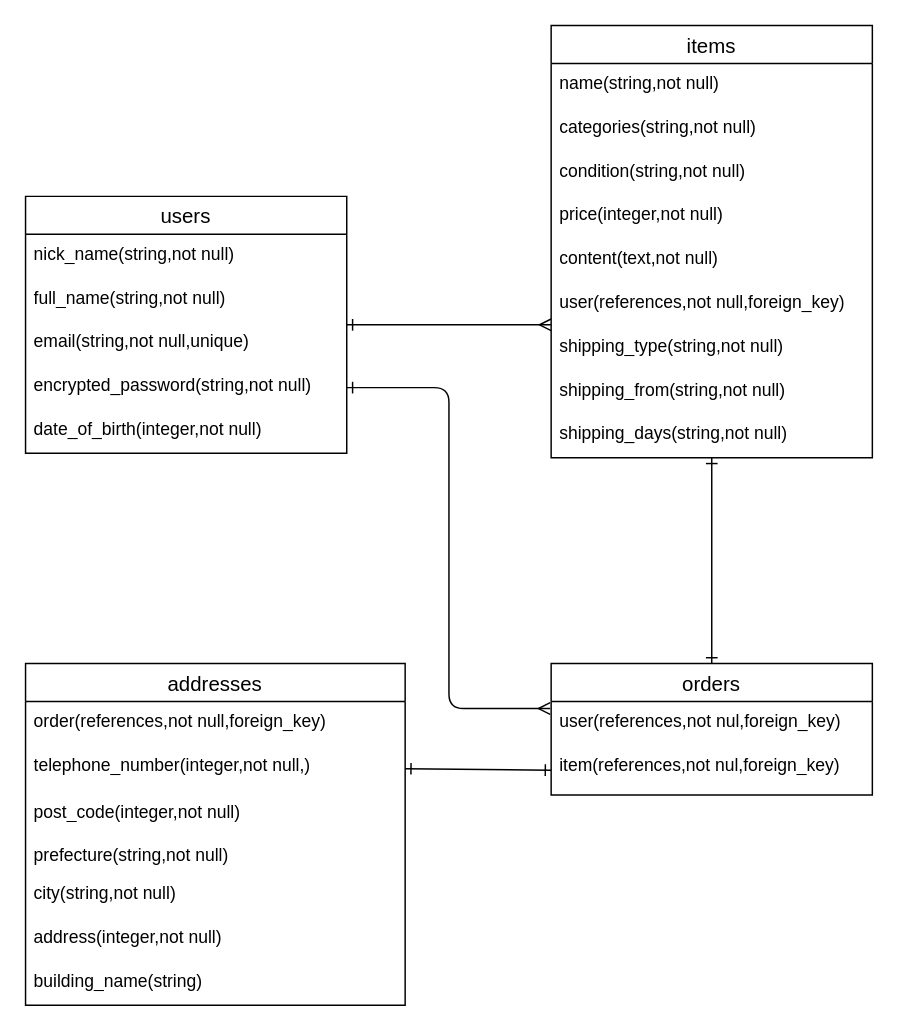
kamukamu-lemon/furima-42235 keeps this draw.io diagram as er.dio. Above is the earlier version. Source tidied: cells renumbered, new cells numbered last; positions are measured from the earlier drawing's top-left corner, leaving out a move shared by most shapes. Both pictures are drawn from the tidied source at 146%, with x=0, y=0 at pixel (25, 25).
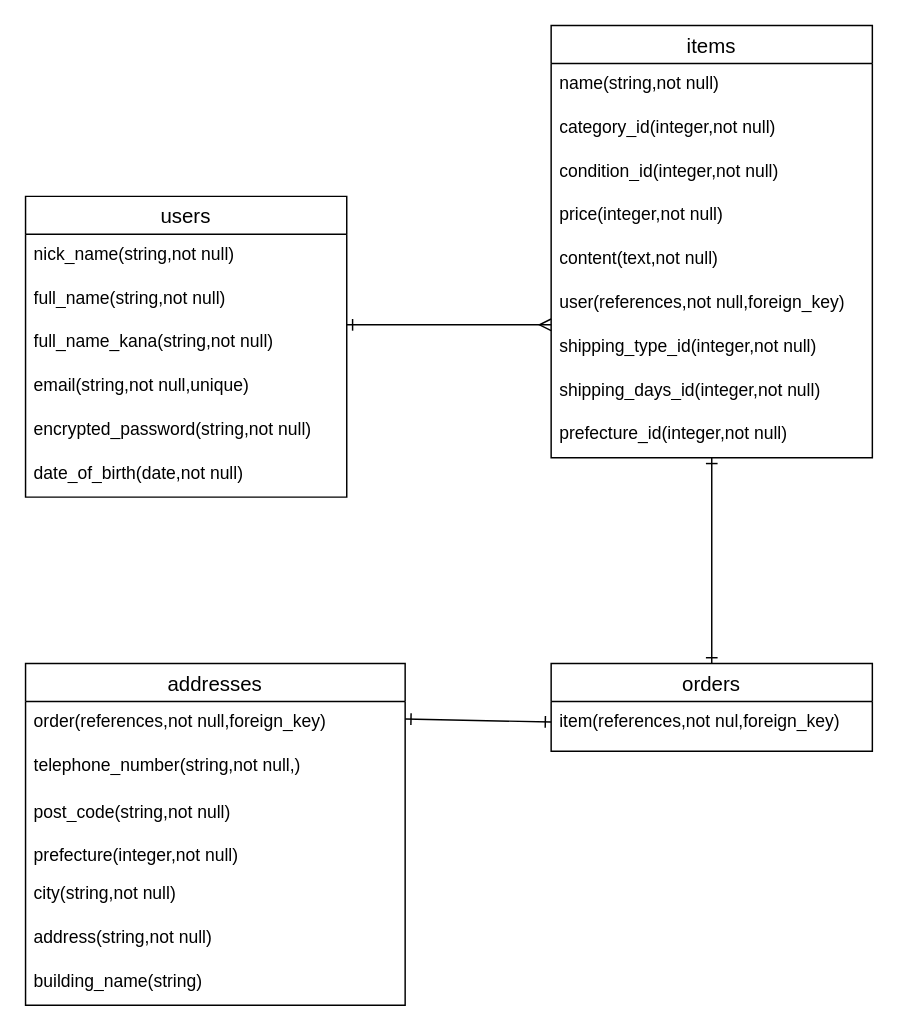
The same diagram, later.

Commit message (it also covers changes not shown here):
データベース設計の修正

Unchanged cells that the change refers to:
```xml
<mxCell id="8" value="addresses" style="swimlane;fontStyle=0;horizontal=1;startSize=26;align=center;fontSize=14;" parent="1" vertex="1">
  <mxGeometry y="437" width="260" height="234" as="geometry" />
</mxCell>
<mxCell id="16" value="items" style="swimlane;fontStyle=0;horizontal=1;startSize=26;align=center;fontSize=14;" parent="1" vertex="1">
  <mxGeometry x="360" width="220" height="296" as="geometry" />
</mxCell>
```

The edit, as a diff of the source:
```diff
@@
     <mxCell id="2" value="users" style="swimlane;fontStyle=0;horizontal=1;startSize=26;align=center;fontSize=14;" parent="1" vertex="1">
-      <mxGeometry y="117" width="220" height="176" as="geometry" />
+      <mxGeometry y="117" width="220" height="206" as="geometry" />
     </mxCell>
@@
+    <mxCell id="33" value="full_name_kana&lt;span style=&quot;color: rgb(0, 0, 0);&quot;&gt;(string,not null)&lt;/span&gt;" style="text;strokeColor=none;fillColor=none;spacingLeft=4;spacingRight=4;overflow=hidden;fontSize=12;whiteSpace=wrap;html=1;" parent="2" vertex="1">
+      <mxGeometry y="86" width="220" height="30" as="geometry" />
+    </mxCell>
     <mxCell id="5" value="email(string,not null,unique)" style="text;strokeColor=none;fillColor=none;spacingLeft=4;spacingRight=4;overflow=hidden;fontSize=12;whiteSpace=wrap;html=1;" parent="2" vertex="1">
-      <mxGeometry y="86" width="220" height="30" as="geometry" />
+      <mxGeometry y="116" width="220" height="30" as="geometry" />
     </mxCell>
     <mxCell id="6" value="encrypted_password(string,not null)" style="text;strokeColor=none;fillColor=none;spacingLeft=4;spacingRight=4;overflow=hidden;points=[[0,0.5],[1,0.5]];portConstraint=eastwest;fontSize=12;whiteSpace=wrap;html=1;" parent="2" vertex="1">
-      <mxGeometry y="116" width="220" height="30" as="geometry" />
+      <mxGeometry y="146" width="220" height="30" as="geometry" />
     </mxCell>
-    <mxCell id="7" value="date_of_birth(integer,not null)" style="text;strokeColor=none;fillColor=none;spacingLeft=4;spacingRight=4;overflow=hidden;fontSize=12;whiteSpace=wrap;html=1;" parent="2" vertex="1">
-      <mxGeometry y="146" width="220" height="30" as="geometry" />
+    <mxCell id="7" value="date_of_birth(date,not null)" style="text;strokeColor=none;fillColor=none;spacingLeft=4;spacingRight=4;overflow=hidden;fontSize=12;whiteSpace=wrap;html=1;" parent="2" vertex="1">
+      <mxGeometry y="176" width="220" height="30" as="geometry" />
     </mxCell>
@@
-    <mxCell id="10" value="telephone_number(integer,not null,)" style="text;strokeColor=none;fillColor=none;spacingLeft=4;spacingRight=4;overflow=hidden;points=[[0,0.5],[1,0.5]];portConstraint=eastwest;fontSize=12;whiteSpace=wrap;html=1;" parent="8" vertex="1">
+    <mxCell id="10" value="telephone_number(string,not null,)" style="text;strokeColor=none;fillColor=none;spacingLeft=4;spacingRight=4;overflow=hidden;points=[[0,0.5],[1,0.5]];portConstraint=eastwest;fontSize=12;whiteSpace=wrap;html=1;" parent="8" vertex="1">
       <mxGeometry y="56" width="260" height="32" as="geometry" />
     </mxCell>
-    <mxCell id="11" value="post_code(integer,not null)" style="text;strokeColor=none;fillColor=none;spacingLeft=4;spacingRight=4;overflow=hidden;fontSize=12;whiteSpace=wrap;html=1;" parent="8" vertex="1">
+    <mxCell id="11" value="post_code(string,not null)" style="text;strokeColor=none;fillColor=none;spacingLeft=4;spacingRight=4;overflow=hidden;fontSize=12;whiteSpace=wrap;html=1;" parent="8" vertex="1">
       <mxGeometry y="88" width="260" height="30" as="geometry" />
     </mxCell>
-    <mxCell id="12" value="prefecture(string,not null)" style="text;strokeColor=none;fillColor=none;spacingLeft=4;spacingRight=4;overflow=hidden;fontSize=12;whiteSpace=wrap;html=1;" parent="8" vertex="1">
+    <mxCell id="12" value="prefecture(integer,not null)" style="text;strokeColor=none;fillColor=none;spacingLeft=4;spacingRight=4;overflow=hidden;fontSize=12;whiteSpace=wrap;html=1;" parent="8" vertex="1">
       <mxGeometry y="118" width="260" height="26" as="geometry" />
     </mxCell>
@@
-    <mxCell id="14" value="address&lt;span style=&quot;color: rgb(0, 0, 0);&quot;&gt;(integer,not null)&lt;/span&gt;" style="text;strokeColor=none;fillColor=none;spacingLeft=4;spacingRight=4;overflow=hidden;fontSize=12;whiteSpace=wrap;html=1;" parent="8" vertex="1">
+    <mxCell id="14" value="address&lt;span style=&quot;color: rgb(0, 0, 0);&quot;&gt;(string,not null)&lt;/span&gt;" style="text;strokeColor=none;fillColor=none;spacingLeft=4;spacingRight=4;overflow=hidden;fontSize=12;whiteSpace=wrap;html=1;" parent="8" vertex="1">
       <mxGeometry y="174" width="260" height="30" as="geometry" />
     </mxCell>
@@
-    <mxCell id="18" value="categories(string,not null)" style="text;strokeColor=none;fillColor=none;spacingLeft=4;spacingRight=4;overflow=hidden;fontSize=12;whiteSpace=wrap;html=1;" parent="16" vertex="1">
+    <mxCell id="18" value="category_id(&lt;span style=&quot;color: rgb(0, 0, 0);&quot;&gt;integer&lt;/span&gt;,not null)" style="text;strokeColor=none;fillColor=none;spacingLeft=4;spacingRight=4;overflow=hidden;fontSize=12;whiteSpace=wrap;html=1;" parent="16" vertex="1">
       <mxGeometry y="56" width="220" height="30" as="geometry" />
     </mxCell>
-    <mxCell id="19" value="condition(string,not null)" style="text;strokeColor=none;fillColor=none;spacingLeft=4;spacingRight=4;overflow=hidden;fontSize=12;whiteSpace=wrap;html=1;" parent="16" vertex="1">
+    <mxCell id="19" value="condition_id(&lt;span style=&quot;color: rgb(0, 0, 0);&quot;&gt;integer&lt;/span&gt;,not null)" style="text;strokeColor=none;fillColor=none;spacingLeft=4;spacingRight=4;overflow=hidden;fontSize=12;whiteSpace=wrap;html=1;" parent="16" vertex="1">
       <mxGeometry y="86" width="220" height="30" as="geometry" />
     </mxCell>
@@
-    <mxCell id="23" value="shipping_type(string,not null)" style="text;strokeColor=none;fillColor=none;spacingLeft=4;spacingRight=4;overflow=hidden;fontSize=12;whiteSpace=wrap;html=1;" parent="16" vertex="1">
+    <mxCell id="23" value="shipping_type_id(&lt;span style=&quot;color: rgb(0, 0, 0);&quot;&gt;integer&lt;/span&gt;,not null)" style="text;strokeColor=none;fillColor=none;spacingLeft=4;spacingRight=4;overflow=hidden;fontSize=12;whiteSpace=wrap;html=1;" parent="16" vertex="1">
       <mxGeometry y="206" width="220" height="30" as="geometry" />
     </mxCell>
+    <mxCell id="25" value="shipping_days_id&lt;span style=&quot;color: rgb(0, 0, 0);&quot;&gt;(&lt;span style=&quot;color: rgb(0, 0, 0);&quot;&gt;integer&lt;/span&gt;,not null)&lt;/span&gt;" style="text;strokeColor=none;fillColor=none;spacingLeft=4;spacingRight=4;overflow=hidden;fontSize=12;whiteSpace=wrap;html=1;" parent="16" vertex="1">
+      <mxGeometry y="236" width="220" height="30" as="geometry" />
+    </mxCell>
-    <mxCell id="24" value="shipping_from&lt;span style=&quot;color: rgb(0, 0, 0);&quot;&gt;(string,not null)&lt;/span&gt;" style="text;strokeColor=none;fillColor=none;spacingLeft=4;spacingRight=4;overflow=hidden;fontSize=12;whiteSpace=wrap;html=1;" parent="16" vertex="1">
-      <mxGeometry y="236" width="220" height="30" as="geometry" />
+    <mxCell id="24" value="&lt;span style=&quot;color: rgb(0, 0, 0);&quot;&gt;&lt;span style=&quot;color: rgb(0, 0, 0);&quot;&gt;prefecture_id&lt;/span&gt;(&lt;span style=&quot;color: rgb(0, 0, 0);&quot;&gt;integer&lt;/span&gt;,not null)&lt;/span&gt;" style="text;strokeColor=none;fillColor=none;spacingLeft=4;spacingRight=4;overflow=hidden;fontSize=12;whiteSpace=wrap;html=1;" parent="16" vertex="1">
+      <mxGeometry y="266" width="220" height="30" as="geometry" />
     </mxCell>
-    <mxCell id="25" value="shipping_days&lt;span style=&quot;color: rgb(0, 0, 0);&quot;&gt;(string,not null)&lt;/span&gt;" style="text;strokeColor=none;fillColor=none;spacingLeft=4;spacingRight=4;overflow=hidden;fontSize=12;whiteSpace=wrap;html=1;" parent="16" vertex="1">
-      <mxGeometry y="266" width="220" height="30" as="geometry" />
-    </mxCell>
@@
     <mxCell id="27" value="orders" style="swimlane;fontStyle=0;horizontal=1;startSize=26;align=center;fontSize=14;" parent="1" vertex="1">
-      <mxGeometry x="360" y="437" width="220" height="90" as="geometry" />
+      <mxGeometry x="360" y="437" width="220" height="60" as="geometry" />
     </mxCell>
-    <mxCell id="28" value="user&lt;span style=&quot;color: rgb(0, 0, 0);&quot;&gt;(references,not nul,foreign_key)&lt;/span&gt;" style="text;strokeColor=none;fillColor=none;spacingLeft=4;spacingRight=4;overflow=hidden;points=[[0,0.5],[1,0.5]];portConstraint=eastwest;fontSize=12;whiteSpace=wrap;html=1;" parent="27" vertex="1">
-      <mxGeometry y="26" width="220" height="30" as="geometry" />
-    </mxCell>
     <mxCell id="29" value="item(references,not nul,foreign_key)" style="text;strokeColor=none;fillColor=none;spacingLeft=4;spacingRight=4;overflow=hidden;points=[[0,0.5],[1,0.5]];portConstraint=eastwest;fontSize=12;whiteSpace=wrap;html=1;" parent="27" vertex="1">
-      <mxGeometry y="56" width="220" height="34" as="geometry" />
+      <mxGeometry y="26" width="220" height="34" as="geometry" />
     </mxCell>
@@
-    <mxCell id="31" style="edgeStyle=orthogonalEdgeStyle;html=1;exitX=1;exitY=0.5;exitDx=0;exitDy=0;entryX=-0.003;entryY=0.16;entryDx=0;entryDy=0;entryPerimeter=0;startArrow=ERone;startFill=0;endArrow=ERmany;endFill=0;" parent="1" edge="1" source="6" target="28">
-      <mxGeometry relative="1" as="geometry" />
-    </mxCell>
-    <mxCell id="32" style="edgeStyle=none;html=1;exitX=0;exitY=0.5;exitDx=0;exitDy=0;entryX=1;entryY=0.5;entryDx=0;entryDy=0;endArrow=ERone;endFill=0;startArrow=ERone;startFill=0;" parent="1" edge="1" source="29" target="10">
-      <mxGeometry relative="1" as="geometry" />
+    <mxCell id="32" style="edgeStyle=none;html=1;entryX=1;entryY=0.5;entryDx=0;entryDy=0;endArrow=ERone;endFill=0;startArrow=ERone;startFill=0;" parent="1" edge="1">
+      <mxGeometry relative="1" as="geometry">
+        <mxPoint x="360" y="477" as="sourcePoint" />
+        <mxPoint x="260" y="475" as="targetPoint" />
+      </mxGeometry>
     </mxCell>
```
